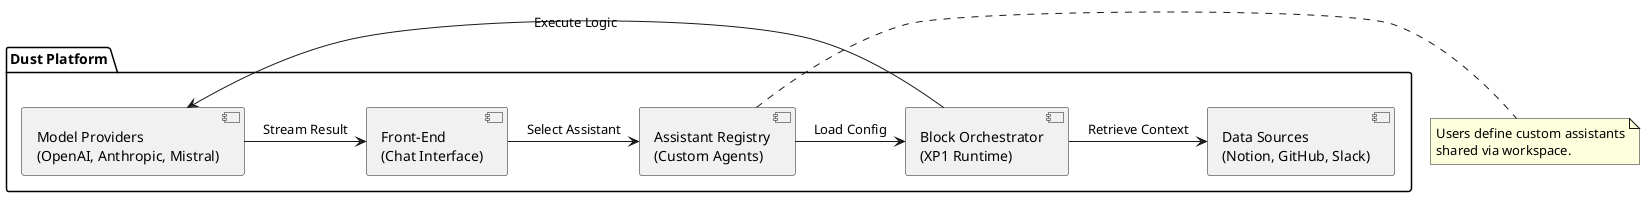
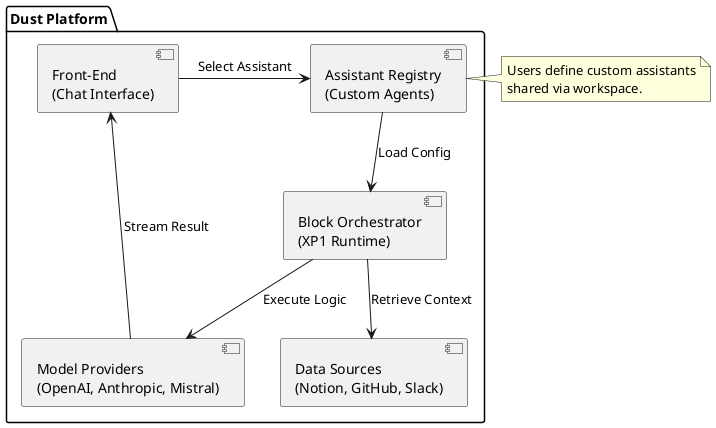
@startuml
' Product: Dust
' URL: https://dust.tt/

package "Dust Platform" {
    [Front-End\n(Chat Interface)] as UI
    [Assistant Registry\n(Custom Agents)] as REG
    [Block Orchestrator\n(XP1 Runtime)] as ORCH
    [Data Sources\n(Notion, GitHub, Slack)] as DATA
    [Model Providers\n(OpenAI, Anthropic, Mistral)] as MODELS
}

UI -> REG : "Select Assistant"
- REG -> ORCH : "Load Config"
- ORCH -> DATA : "Retrieve Context"
- ORCH -> MODELS : "Execute Logic"
- MODELS -> UI : "Stream Result"
+ REG --> ORCH : "Load Config"
+ ORCH --> DATA : "Retrieve Context"
+ ORCH --> MODELS : "Execute Logic"
+ MODELS --> UI : "Stream Result"

note right of REG
  Users define custom assistants
  shared via workspace.
end note
@enduml
